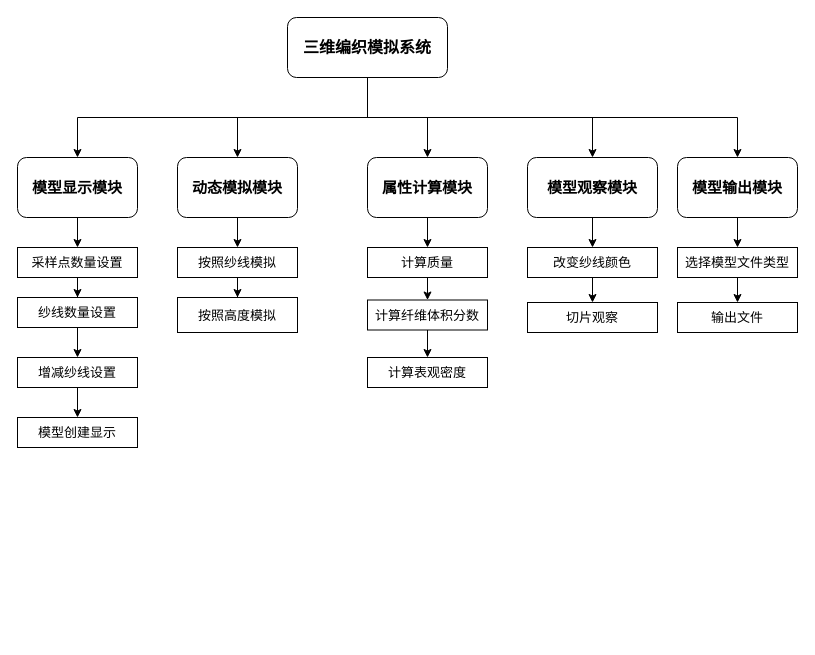
Above: page "系统功能模块设计" (10 of 13) of 毕设.drawio in ScarboroughCoral/Draw.io.Storage (draw.io), before the change. Source tidied: cells renumbered, new cells numbered last; positions are measured from the earlier drawing's top-left corner, leaving out a move shared by most shapes. Both pictures are drawn from the tidied source at 100%, with x=0, y=0 at pixel (17, 17).
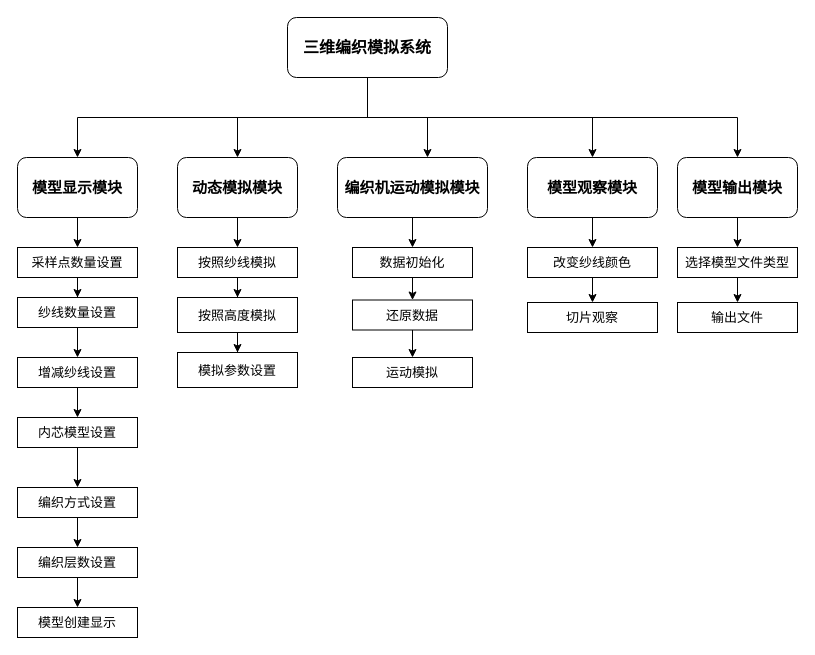
The same diagram, later.

Unchanged cells that the change refers to:
```xml
<mxCell id="29" value="按照高度模拟" style="rounded=0;whiteSpace=wrap;html=1;shadow=0;glass=0;comic=0;labelBackgroundColor=#FFFFFF;fontSize=13;" parent="1" vertex="1">
  <mxGeometry x="160" y="280" width="120" height="35" as="geometry" />
</mxCell>
```

What changed in the source:
```diff
@@
-    <mxCell id="19" value="属性计算模块" style="rounded=1;whiteSpace=wrap;html=1;shadow=0;glass=0;comic=0;labelBackgroundColor=#FFFFFF;fontSize=15;fontStyle=1;" parent="1" vertex="1">
-      <mxGeometry x="350" y="140" width="120" height="60" as="geometry" />
+    <mxCell id="19" value="编织机运动模拟模块" style="rounded=1;whiteSpace=wrap;html=1;shadow=0;glass=0;comic=0;labelBackgroundColor=#FFFFFF;fontSize=15;fontStyle=1;" parent="1" vertex="1">
+      <mxGeometry x="320" y="140" width="150" height="60" as="geometry" />
     </mxCell>
@@
-    <mxCell id="21" value="计算质量" style="rounded=0;whiteSpace=wrap;html=1;shadow=0;glass=0;comic=0;labelBackgroundColor=#FFFFFF;fontSize=13;" parent="1" vertex="1">
-      <mxGeometry x="350" y="230" width="120" height="30" as="geometry" />
+    <mxCell id="21" value="数据初始化" style="rounded=0;whiteSpace=wrap;html=1;shadow=0;glass=0;comic=0;labelBackgroundColor=#FFFFFF;fontSize=13;" parent="1" vertex="1">
+      <mxGeometry x="335" y="230" width="120" height="30" as="geometry" />
     </mxCell>
@@
-    <mxCell id="23" value="计算纤维体积分数" style="rounded=0;whiteSpace=wrap;html=1;shadow=0;glass=0;comic=0;labelBackgroundColor=#FFFFFF;fontSize=13;" parent="1" vertex="1">
-      <mxGeometry x="350" y="282.5" width="120" height="30" as="geometry" />
+    <mxCell id="23" value="还原数据" style="rounded=0;whiteSpace=wrap;html=1;shadow=0;glass=0;comic=0;labelBackgroundColor=#FFFFFF;fontSize=13;" parent="1" vertex="1">
+      <mxGeometry x="335" y="282.5" width="120" height="30" as="geometry" />
     </mxCell>
-    <mxCell id="24" value="计算表观密度" style="rounded=0;whiteSpace=wrap;html=1;shadow=0;glass=0;comic=0;labelBackgroundColor=#FFFFFF;fontSize=13;" parent="1" vertex="1">
-      <mxGeometry x="350" y="340" width="120" height="30" as="geometry" />
+    <mxCell id="24" value="运动模拟" style="rounded=0;whiteSpace=wrap;html=1;shadow=0;glass=0;comic=0;labelBackgroundColor=#FFFFFF;fontSize=13;" parent="1" vertex="1">
+      <mxGeometry x="335" y="340" width="120" height="30" as="geometry" />
     </mxCell>
@@
+    <mxCell id="39" style="edgeStyle=orthogonalEdgeStyle;rounded=0;jettySize=auto;html=1;" parent="1" edge="1" source="29" target="40">
+      <mxGeometry relative="1" as="geometry" />
+    </mxCell>
@@
+    <mxCell id="40" value="模拟参数设置" style="rounded=0;whiteSpace=wrap;html=1;shadow=0;glass=0;comic=0;labelBackgroundColor=#FFFFFF;fontSize=13;" parent="1" vertex="1">
+      <mxGeometry x="160" y="335" width="120" height="35" as="geometry" />
+    </mxCell>
@@
+    <mxCell id="41" style="edgeStyle=orthogonalEdgeStyle;rounded=0;jettySize=auto;html=1;" parent="1" edge="1" source="38" target="43">
+      <mxGeometry relative="1" as="geometry" />
+    </mxCell>
-    <mxCell id="38" value="模型创建显示" style="rounded=0;whiteSpace=wrap;html=1;shadow=0;glass=0;comic=0;labelBackgroundColor=#FFFFFF;fontSize=13;" parent="1" vertex="1">
+    <mxCell id="38" value="内芯模型设置" style="rounded=0;whiteSpace=wrap;html=1;shadow=0;glass=0;comic=0;labelBackgroundColor=#FFFFFF;fontSize=13;" parent="1" vertex="1">
       <mxGeometry y="400" width="120" height="30" as="geometry" />
     </mxCell>
+    <mxCell id="42" style="edgeStyle=orthogonalEdgeStyle;rounded=0;jettySize=auto;html=1;" parent="1" edge="1" source="43" target="45">
+      <mxGeometry relative="1" as="geometry" />
+    </mxCell>
+    <mxCell id="43" value="编织方式设置" style="rounded=0;whiteSpace=wrap;html=1;shadow=0;glass=0;comic=0;labelBackgroundColor=#FFFFFF;fontSize=13;" parent="1" vertex="1">
+      <mxGeometry y="470" width="120" height="30" as="geometry" />
+    </mxCell>
+    <mxCell id="44" style="edgeStyle=orthogonalEdgeStyle;rounded=0;jettySize=auto;html=1;" parent="1" edge="1" source="45" target="46">
+      <mxGeometry relative="1" as="geometry" />
+    </mxCell>
+    <mxCell id="45" value="编织层数设置" style="rounded=0;whiteSpace=wrap;html=1;shadow=0;glass=0;comic=0;labelBackgroundColor=#FFFFFF;fontSize=13;" parent="1" vertex="1">
+      <mxGeometry y="530" width="120" height="30" as="geometry" />
+    </mxCell>
+    <mxCell id="46" value="模型创建显示" style="rounded=0;whiteSpace=wrap;html=1;shadow=0;glass=0;comic=0;labelBackgroundColor=#FFFFFF;fontSize=13;" parent="1" vertex="1">
+      <mxGeometry y="590" width="120" height="30" as="geometry" />
+    </mxCell>
```
